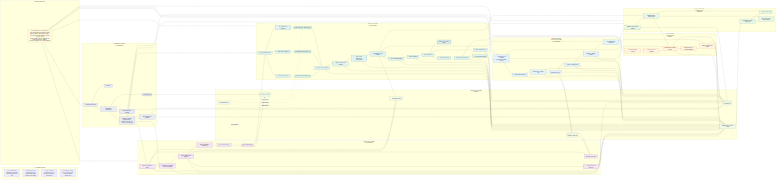
Earlier version of the Mermaid export docs/design/platform/dev_full/graph/readiness/dev_full_platform_network_production_ready_expanded_current_v0.mermaid.png (EsosaOrumwese/fraud-detection-system). Its source is kept beside it as docs/design/platform/dev_full/graph/readiness/dev_full_platform_network_production_ready_expanded_current_v0.mermaid.mmd. Source of this version:
```mermaid
---
config:
  layout: dagre
  theme: default
---
flowchart LR

  subgraph LEGEND["How to Read This Graph"]
    L1["This is the expanded companion to the primary production-ready network graph"]
    L2["It preserves the same promoted scope, but expands internal earned boundaries and handoffs"]
    L3["It is still a promoted-platform graph, not a complete proof-ledger or Bi-object map"]
    L4["If a boundary is absent here, it is not part of the accepted promoted platform claim"]
  end

  subgraph READYNOTE["Promoted Platform Scope"]
    NOTE["Expanded logical view of the promoted dev_full platform after final Phase 9 closure<br>Planes promoted: Control + Ingress + RTDL + Case + Label + Learning + Evolution / MLOps + Ops / Gov / Meta<br>Envelope: 3000 steady eps / 6000 burst eps<br>Accepted longer-stress authority: phase9_full_platform_stress_20260313T203100Z"]
  end

  subgraph CONTROL["Control Plane - Expanded Logical Boundaries"]
    GHA["GitHub Actions dispatch"]
    OIDC["OIDC trust"]
    SFN["Step Functions orchestration"]
    RUNID["Run identity authority<br>platform_run_id / scenario_run_id / phase_id / trace_id / config_digest"]
    RCPT["Run-control receipt boundary"]
    RECON["Run reconstruction boundary"]
    CTRLBUS[["fp.bus.control.v1"]]
  end

  subgraph INGRESS["Ingress Plane - Expanded Logical Boundaries"]
    REPLAY["Replay-basis resolution"]
    WSP["WSP remote bounded replay"]
    APIGW["HTTP API Gateway throttle / access-log boundary"]
    IGINVOKE["Ingress Lambda invoke boundary"]
    IGDEDUPE["Ingress idempotency / dedupe gate"]
    IGFAIL["Fail-closed / DLQ disposition"]
    IGPUBLISH["Ingress publish boundary"]
    TTRAFFIC[["fp.bus.traffic.fraud.v1"]]
  end

  subgraph RTDL["RTDL Plane - Expanded Logical Boundaries"]
    RINTAKE["RTDL intake admissibility"]
    APROJ["arrival_events projection"]
    EPROJ["arrival_entities projection"]
    FPROJ["flow_anchor.fraud projection"]
    CSFB["Context-store flow binding"]
    IEG["Identity / entity graph resolution"]
    OFP["Online feature admissibility + materialization"]
    BUNDLE["Active bundle / policy resolution"]
    DFGUARD["Decision guardrail boundary"]
    DECIDE["Decision formation"]
    DLPUB["Decision publication"]
    ALINTENT["Action intent emission"]
    ALOUTCOME["Action outcome publication"]
    DLA["Decision continuity append"]
    ARCH["Archive evidence append"]
    TCTXA[["fp.bus.context.arrival_events.v1"]]
    TCTXE[["fp.bus.context.arrival_entities.v1"]]
    TFLOW[["fp.bus.context.flow_anchor.fraud.v1"]]
    TDEC[["RTDL decision / archive outputs"]]
  end

  subgraph CASELABEL["Case + Label Plane - Expanded Logical Boundaries"]
    CTRIG["Case-worthy trigger selection"]
    COPEN["Case open / reuse boundary"]
    CTIMELINE["Append-only case timeline commit"]
    LADM["Label admissibility / maturity boundary"]
    LTRUTH["Authoritative label truth commit"]
  end

  subgraph LEARNING["Learning + Evolution / MLOps Plane - Expanded Logical Boundaries"]
    DSADMIT["Dataset admission boundary<br>interface-pack + 6B.S5 + time law"]
    OFSBUILD["Offline feature basis build"]
    OFSQUAL["Dataset quality / leakage gate"]
    TRAIN["Managed train / eval"]
    LINEAGE["Lineage + experiment truth"]
    PROMOTE["Promotion / rollback validation"]
    ABUNDLE["Active bundle truth publication"]
  end

  subgraph OPSGOV["Ops / Gov / Meta Plane - Expanded Logical Boundaries"]
    OPSVIEW["Live dashboard / alarm watch surface"]
    ALERT["Alert fire / clear chain"]
    DRIFT["Bundle / policy / receipt challenge"]
    COST["Idle / restore / cost-control boundary"]
    RUNBOOK["Runbook-directed mitigation path"]
  end

  subgraph SUPPORT["Shared Support / Evidence Boundaries"]
    MSK[("MSK Serverless transport")]
    GLUE["Glue Schema Registry"]
    SSM["SSM handle resolution"]
    OBJ[("S3 object / oracle store")]
    EVID[("S3 evidence store")]
    CW["CloudWatch logs / metrics / alarms"]
  end

  NOTE --> CONTROL
  NOTE --> INGRESS
  NOTE --> RTDL
  NOTE --> CASELABEL
  NOTE --> LEARNING
  NOTE --> OPSGOV

  GHA --> OIDC
  GHA --> SFN
  SFN --> RUNID
  SFN --> RCPT
  RCPT --> RECON
  SFN --> CTRLBUS
  CTRLBUS --> MSK

  OBJ --> REPLAY
  REPLAY --> WSP
  RUNID --> WSP
  RUNID --> APIGW
  RUNID --> RINTAKE
  RUNID --> DSADMIT
  RUNID --> RECON
  WSP --> APIGW
  APIGW --> IGINVOKE
  IGINVOKE --> IGDEDUPE
  IGINVOKE --> IGFAIL
  IGDEDUPE --> IGPUBLISH
  IGPUBLISH --> TTRAFFIC
  TTRAFFIC --> MSK
  GLUE -. schema boundary .-> TTRAFFIC

  TTRAFFIC --> RINTAKE
  RINTAKE --> APROJ
  RINTAKE --> EPROJ
  RINTAKE --> FPROJ
  APROJ --> TCTXA
  EPROJ --> TCTXE
  FPROJ --> TFLOW
  TCTXA --> CSFB
  TCTXE --> CSFB
  TFLOW --> CSFB
  GLUE -. schema boundary .-> TCTXA
  GLUE -. schema boundary .-> TCTXE
  GLUE -. schema boundary .-> TFLOW
  CSFB --> IEG
  IEG --> OFP
  OFP --> BUNDLE
  BUNDLE --> DFGUARD
  DFGUARD --> DECIDE
  DECIDE --> DLPUB
  DLPUB --> ALINTENT
  ALINTENT --> ALOUTCOME
  ALOUTCOME --> DLA
  DLPUB --> ARCH
  DLPUB --> TDEC
  ALOUTCOME --> CTRIG

  CTRIG --> COPEN
  COPEN --> CTIMELINE
  CTIMELINE --> LADM
  LADM --> LTRUTH

  DLA --> DSADMIT
  CTIMELINE --> DSADMIT
  LTRUTH --> DSADMIT
  DSADMIT --> OFSBUILD
  OFSBUILD --> OFSQUAL
  OFSQUAL --> TRAIN
  TRAIN --> LINEAGE
  LINEAGE --> PROMOTE
  PROMOTE --> ABUNDLE
  ABUNDLE --> BUNDLE

  RCPT --> EVID
  RECON --> EVID
  IGFAIL --> EVID
  DLA --> EVID
  ARCH --> EVID
  CTIMELINE --> EVID
  LTRUTH --> EVID
  OFSQUAL --> EVID
  TRAIN --> EVID
  PROMOTE --> EVID

  IGINVOKE --> SSM
  WSP --> SSM
  BUNDLE --> SSM
  TRAIN --> OBJ
  OFSBUILD --> OBJ
  REPLAY --> OBJ

  APIGW --> CW
  IGINVOKE --> CW
  WSP --> CW
  CSFB --> CW
  IEG --> CW
  OFP --> CW
  DFGUARD --> CW
  DECIDE --> CW
  ALOUTCOME --> CW
  CTIMELINE --> CW
  LTRUTH --> CW
  OFSQUAL --> CW
  TRAIN --> CW
  LINEAGE --> CW
  RECON --> CW

  CW --> OPSVIEW
  OPSVIEW --> ALERT
  EVID --> DRIFT
  ABUNDLE --> DRIFT
  RCPT --> DRIFT
  ALERT --> RUNBOOK
  DRIFT --> RUNBOOK
  OPSVIEW --> COST
  COST --> RUNBOOK
  RUNBOOK --> BUNDLE
  RUNBOOK --> CTIMELINE

  classDef note fill:#fff8e1,stroke:#f9a825,color:#111,stroke-width:1.3px;
  classDef control fill:#e8eaf6,stroke:#3949ab,color:#111,stroke-width:1.3px;
  classDef ingress fill:#f3e5f5,stroke:#6a1b9a,color:#111,stroke-width:1.3px;
  classDef rtdl fill:#e0f2f1,stroke:#00695c,color:#111,stroke-width:1.3px;
  classDef caselabel fill:#fff3e0,stroke:#ef6c00,color:#111,stroke-width:1.3px;
  classDef learning fill:#e3f2fd,stroke:#1565c0,color:#111,stroke-width:1.3px;
  classDef opsgov fill:#e8f5e9,stroke:#2e7d32,color:#111,stroke-width:1.3px;
  classDef support fill:#f1f8e9,stroke:#558b2f,color:#111,stroke-width:1.3px;

  class NOTE note;
  class GHA,OIDC,SFN,RUNID,RCPT,RECON,CTRLBUS control;
  class REPLAY,WSP,APIGW,IGINVOKE,IGDEDUPE,IGFAIL,IGPUBLISH,TTRAFFIC ingress;
  class RINTAKE,APROJ,EPROJ,FPROJ,CSFB,IEG,OFP,BUNDLE,DFGUARD,DECIDE,DLPUB,ALINTENT,ALOUTCOME,DLA,ARCH,TCTXA,TCTXE,TFLOW,TDEC rtdl;
  class CTRIG,COPEN,CTIMELINE,LADM,LTRUTH caselabel;
  class DSADMIT,OFSBUILD,OFSQUAL,TRAIN,LINEAGE,PROMOTE,ABUNDLE learning;
  class OPSVIEW,ALERT,DRIFT,COST,RUNBOOK opsgov;
  class MSK,GLUE,SSM,OBJ,EVID,CW support;
```
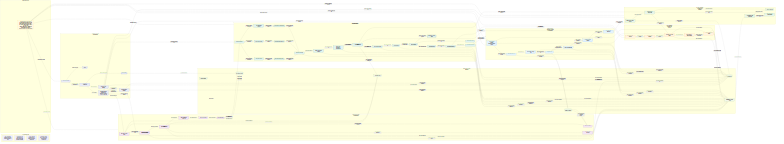
The same diagram one commit later.

Commit message:
Strengthen readiness graph flow labels

Change to the diagram source:
```diff
@@ -94,124 +94,124 @@
     CW["CloudWatch logs / metrics / alarms"]
   end
 
-  NOTE --> CONTROL
-  NOTE --> INGRESS
-  NOTE --> RTDL
-  NOTE --> CASELABEL
-  NOTE --> LEARNING
-  NOTE --> OPSGOV
+  NOTE -->|expands control scope into| CONTROL
+  NOTE -->|expands ingress scope into| INGRESS
+  NOTE -->|expands RTDL scope into| RTDL
+  NOTE -->|expands case/label scope into| CASELABEL
+  NOTE -->|expands learning scope into| LEARNING
+  NOTE -->|expands ops/governance scope into| OPSGOV
 
-  GHA --> OIDC
-  GHA --> SFN
-  SFN --> RUNID
-  SFN --> RCPT
-  RCPT --> RECON
-  SFN --> CTRLBUS
-  CTRLBUS --> MSK
+  GHA -->|authenticates through| OIDC
+  GHA -->|dispatches bounded orchestration to| SFN
+  SFN -->|pins run identity in| RUNID
+  SFN -->|writes proof receipts to| RCPT
+  RCPT -->|supports later reconstruction in| RECON
+  SFN -->|publishes control signals to| CTRLBUS
+  CTRLBUS -->|rides control transport on| MSK
 
-  OBJ --> REPLAY
-  REPLAY --> WSP
-  RUNID --> WSP
-  RUNID --> APIGW
-  RUNID --> RINTAKE
-  RUNID --> DSADMIT
-  RUNID --> RECON
-  WSP --> APIGW
-  APIGW --> IGINVOKE
-  IGINVOKE --> IGDEDUPE
-  IGINVOKE --> IGFAIL
-  IGDEDUPE --> IGPUBLISH
-  IGPUBLISH --> TTRAFFIC
-  TTRAFFIC --> MSK
+  OBJ -->|supplies replay source world to| REPLAY
+  REPLAY -->|materializes bounded replay for| WSP
+  RUNID -->|scopes replay activity for| WSP
+  RUNID -->|scopes ingress access-log truth for| APIGW
+  RUNID -->|scopes RTDL intake truth for| RINTAKE
+  RUNID -->|scopes dataset admission truth for| DSADMIT
+  RUNID -->|scopes later evidence challenge for| RECON
+  WSP -->|pushes bounded ingress load to| APIGW
+  APIGW -->|invokes ingress function at| IGINVOKE
+  IGINVOKE -->|checks idempotency in| IGDEDUPE
+  IGINVOKE -->|routes failed-closed outcomes to| IGFAIL
+  IGDEDUPE -->|hands admitted traffic to| IGPUBLISH
+  IGPUBLISH -->|publishes fraud traffic to| TTRAFFIC
+  TTRAFFIC -->|rides traffic transport on| MSK
   GLUE -. schema boundary .-> TTRAFFIC
 
-  TTRAFFIC --> RINTAKE
-  RINTAKE --> APROJ
-  RINTAKE --> EPROJ
-  RINTAKE --> FPROJ
-  APROJ --> TCTXA
-  EPROJ --> TCTXE
-  FPROJ --> TFLOW
-  TCTXA --> CSFB
-  TCTXE --> CSFB
-  TFLOW --> CSFB
+  TTRAFFIC -->|feeds admitted fraud traffic into| RINTAKE
+  RINTAKE -->|derives arrival-event projection in| APROJ
+  RINTAKE -->|derives arrival-entity projection in| EPROJ
+  RINTAKE -->|derives flow-anchor projection in| FPROJ
+  APROJ -->|publishes arrival-events context to| TCTXA
+  EPROJ -->|publishes arrival-entities context to| TCTXE
+  FPROJ -->|publishes fraud-flow anchors to| TFLOW
+  TCTXA -->|supplies projected arrival events to| CSFB
+  TCTXE -->|supplies projected arrival entities to| CSFB
+  TFLOW -->|supplies projected flow anchors to| CSFB
   GLUE -. schema boundary .-> TCTXA
   GLUE -. schema boundary .-> TCTXE
   GLUE -. schema boundary .-> TFLOW
-  CSFB --> IEG
-  IEG --> OFP
-  OFP --> BUNDLE
-  BUNDLE --> DFGUARD
-  DFGUARD --> DECIDE
-  DECIDE --> DLPUB
-  DLPUB --> ALINTENT
-  ALINTENT --> ALOUTCOME
-  ALOUTCOME --> DLA
-  DLPUB --> ARCH
-  DLPUB --> TDEC
-  ALOUTCOME --> CTRIG
+  CSFB -->|binds resolved context for| IEG
+  IEG -->|supplies entity/graph truth to| OFP
+  OFP -->|requests active-bundle policy through| BUNDLE
+  BUNDLE -->|hands governed bundle truth to| DFGUARD
+  DFGUARD -->|permits decision formation in| DECIDE
+  DECIDE -->|publishes decision outcome through| DLPUB
+  DLPUB -->|emits action intent through| ALINTENT
+  ALINTENT -->|commits action outcomes in| ALOUTCOME
+  ALOUTCOME -->|appends continuity truth to| DLA
+  DLPUB -->|appends archive evidence to| ARCH
+  DLPUB -->|publishes decision/archive stream to| TDEC
+  ALOUTCOME -->|emits case-worthy outcome into| CTRIG
 
-  CTRIG --> COPEN
-  COPEN --> CTIMELINE
-  CTIMELINE --> LADM
-  LADM --> LTRUTH
+  CTRIG -->|opens or reuses case through| COPEN
+  COPEN -->|commits append-only case truth in| CTIMELINE
+  CTIMELINE -->|submits candidate labels to| LADM
+  LADM -->|commits authoritative supervision in| LTRUTH
 
-  DLA --> DSADMIT
-  CTIMELINE --> DSADMIT
-  LTRUTH --> DSADMIT
-  DSADMIT --> OFSBUILD
-  OFSBUILD --> OFSQUAL
-  OFSQUAL --> TRAIN
-  TRAIN --> LINEAGE
-  LINEAGE --> PROMOTE
-  PROMOTE --> ABUNDLE
-  ABUNDLE --> BUNDLE
+  DLA -->|contributes runtime decision evidence to| DSADMIT
+  CTIMELINE -->|contributes case-timeline evidence to| DSADMIT
+  LTRUTH -->|contributes supervision truth to| DSADMIT
+  DSADMIT -->|admits bounded learning slice into| OFSBUILD
+  OFSBUILD -->|hands dataset basis to| OFSQUAL
+  OFSQUAL -->|releases leakage-safe basis to| TRAIN
+  TRAIN -->|commits managed train/eval results into| LINEAGE
+  LINEAGE -->|submits governed candidate to| PROMOTE
+  PROMOTE -->|publishes active-bundle truth in| ABUNDLE
+  ABUNDLE -->|resolves active runtime bundle for| BUNDLE
 
-  RCPT --> EVID
-  RECON --> EVID
-  IGFAIL --> EVID
-  DLA --> EVID
-  ARCH --> EVID
-  CTIMELINE --> EVID
-  LTRUTH --> EVID
-  OFSQUAL --> EVID
-  TRAIN --> EVID
-  PROMOTE --> EVID
+  RCPT -->|stores receipt evidence in| EVID
+  RECON -->|reads and challenges evidence in| EVID
+  IGFAIL -->|stores fail-closed evidence in| EVID
+  DLA -->|stores decision continuity evidence in| EVID
+  ARCH -->|stores archive evidence in| EVID
+  CTIMELINE -->|stores case evidence in| EVID
+  LTRUTH -->|stores label truth evidence in| EVID
+  OFSQUAL -->|stores dataset-quality evidence in| EVID
+  TRAIN -->|stores train/eval evidence in| EVID
+  PROMOTE -->|stores promotion/rollback evidence in| EVID
 
-  IGINVOKE --> SSM
-  WSP --> SSM
-  BUNDLE --> SSM
-  TRAIN --> OBJ
-  OFSBUILD --> OBJ
-  REPLAY --> OBJ
+  IGINVOKE -->|reads active handles from| SSM
+  WSP -->|reads replay handles from| SSM
+  BUNDLE -->|reads active bundle handles from| SSM
+  TRAIN -->|reads bounded learning basis from| OBJ
+  OFSBUILD -->|reads admitted source world from| OBJ
+  REPLAY -->|reads promoted replay world from| OBJ
 
-  APIGW --> CW
-  IGINVOKE --> CW
-  WSP --> CW
-  CSFB --> CW
-  IEG --> CW
-  OFP --> CW
-  DFGUARD --> CW
-  DECIDE --> CW
-  ALOUTCOME --> CW
-  CTIMELINE --> CW
-  LTRUTH --> CW
-  OFSQUAL --> CW
-  TRAIN --> CW
-  LINEAGE --> CW
-  RECON --> CW
+  APIGW -->|emits edge metrics and logs to| CW
+  IGINVOKE -->|emits ingress telemetry to| CW
+  WSP -->|emits replay telemetry to| CW
+  CSFB -->|emits context-binding telemetry to| CW
+  IEG -->|emits graph-resolution telemetry to| CW
+  OFP -->|emits feature-plane telemetry to| CW
+  DFGUARD -->|emits decision-guard telemetry to| CW
+  DECIDE -->|emits decision telemetry to| CW
+  ALOUTCOME -->|emits action telemetry to| CW
+  CTIMELINE -->|emits case telemetry to| CW
+  LTRUTH -->|emits label telemetry to| CW
+  OFSQUAL -->|emits dataset-quality telemetry to| CW
+  TRAIN -->|emits managed-learning telemetry to| CW
+  LINEAGE -->|emits lineage/promote telemetry to| CW
+  RECON -->|emits reconstruction telemetry to| CW
 
-  CW --> OPSVIEW
-  OPSVIEW --> ALERT
-  EVID --> DRIFT
-  ABUNDLE --> DRIFT
-  RCPT --> DRIFT
-  ALERT --> RUNBOOK
-  DRIFT --> RUNBOOK
-  OPSVIEW --> COST
-  COST --> RUNBOOK
-  RUNBOOK --> BUNDLE
-  RUNBOOK --> CTIMELINE
+  CW -->|feeds live operator view in| OPSVIEW
+  OPSVIEW -->|materializes alert state in| ALERT
+  EVID -->|supports evidence challenge in| DRIFT
+  ABUNDLE -->|supports active-bundle challenge in| DRIFT
+  RCPT -->|supports receipt challenge in| DRIFT
+  ALERT -->|routes alert response into| RUNBOOK
+  DRIFT -->|routes drift response into| RUNBOOK
+  OPSVIEW -->|surfaces idle/cost posture in| COST
+  COST -->|routes cost-control action into| RUNBOOK
+  RUNBOOK -->|returns governed bundle control to| BUNDLE
+  RUNBOOK -->|returns governed case control to| CTIMELINE
 
   classDef note fill:#fff8e1,stroke:#f9a825,color:#111,stroke-width:1.3px;
   classDef control fill:#e8eaf6,stroke:#3949ab,color:#111,stroke-width:1.3px;
```
